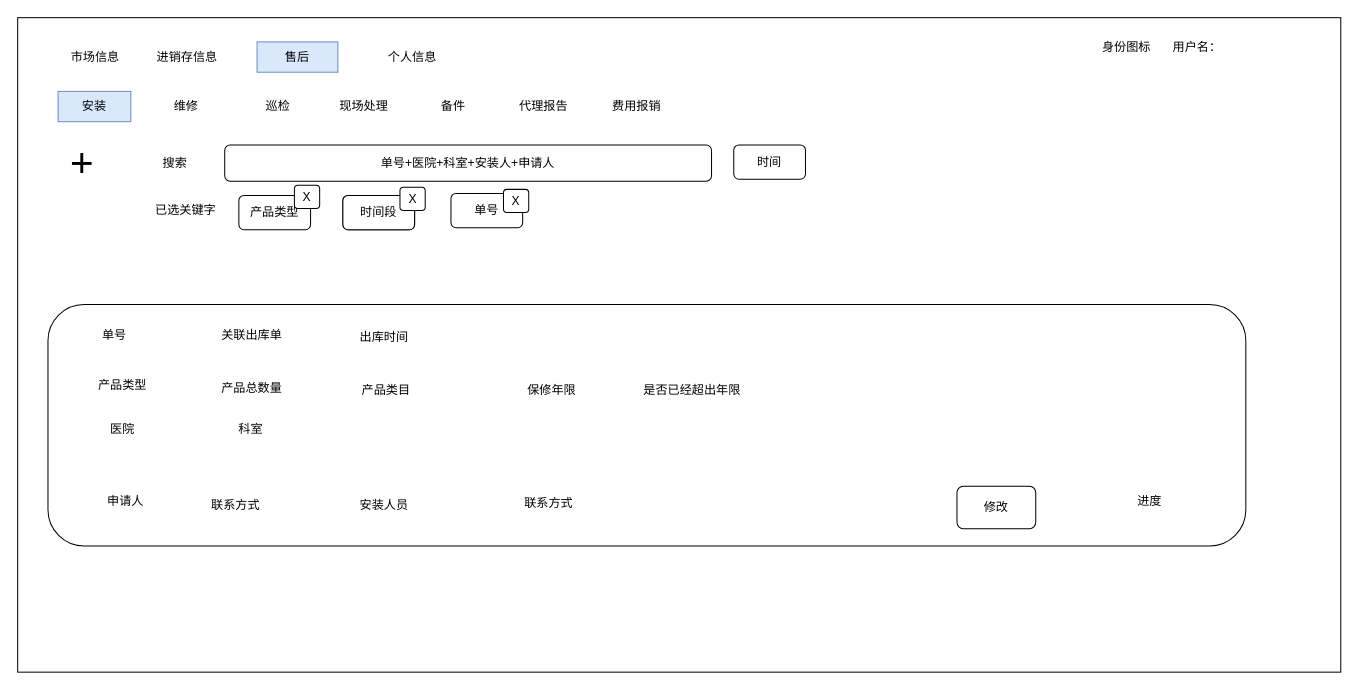
Earlier version of the draw.io diagram page "安装" (1 of 8) of 泰加售后.drawio (cangwang/news). Source tidied: cells renumbered, new cells numbered last; positions are measured from the earlier drawing's top-left corner, leaving out a move shared by most shapes. Both pictures are drawn from the tidied source at 101%, with x=0, y=0 at pixel (17, 17).
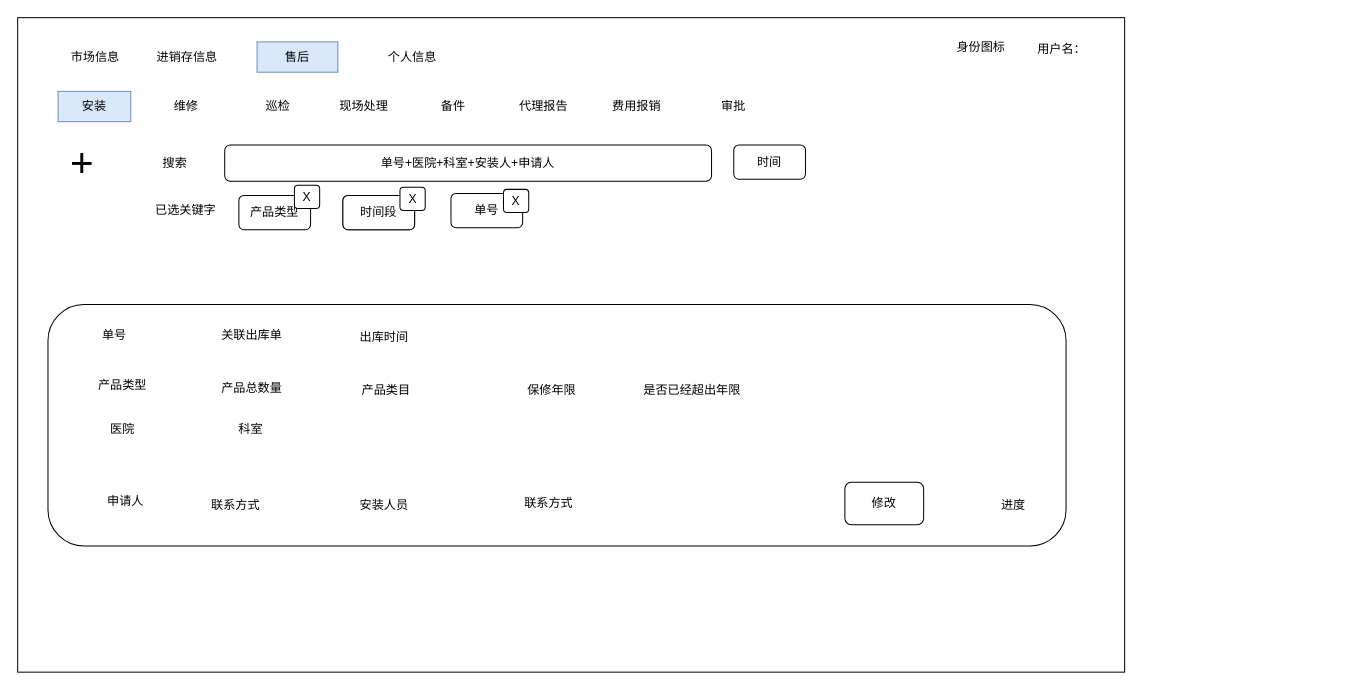
Above is the later version.

Change to the diagram source:
```diff
@@
     <mxCell id="2" style="rounded=0;whiteSpace=wrap;html=1;" parent="1" vertex="1">
-      <mxGeometry width="1310" height="648" as="geometry" />
+      <mxGeometry width="1096" height="648" as="geometry" />
     </mxCell>
@@
     <mxCell id="10" value="用户名：" style="text;html=1;strokeColor=none;fillColor=none;align=center;verticalAlign=middle;whiteSpace=wrap;rounded=0;fontSize=12;" parent="1" vertex="1">
-      <mxGeometry x="1138" y="14" width="60" height="30" as="geometry" />
+      <mxGeometry x="1004" y="16" width="60" height="30" as="geometry" />
     </mxCell>
     <mxCell id="11" value="身份图标" style="text;html=1;strokeColor=none;fillColor=none;align=center;verticalAlign=middle;whiteSpace=wrap;rounded=0;fontSize=12;" parent="1" vertex="1">
-      <mxGeometry x="1068" y="14" width="60" height="30" as="geometry" />
+      <mxGeometry x="924" y="14" width="60" height="30" as="geometry" />
     </mxCell>
@@
     <mxCell id="17" style="rounded=1;whiteSpace=wrap;html=1;fontSize=12;" parent="1" vertex="1">
-      <mxGeometry x="30" y="284" width="1186" height="239" as="geometry" />
+      <mxGeometry x="30" y="284" width="1008" height="239" as="geometry" />
     </mxCell>
@@
     <mxCell id="39" value="进度" style="text;html=1;strokeColor=none;fillColor=none;align=center;verticalAlign=middle;whiteSpace=wrap;rounded=0;fontSize=12;" parent="1" vertex="1">
-      <mxGeometry x="1091" y="464" width="60" height="30" as="geometry" />
+      <mxGeometry x="956" y="468" width="60" height="30" as="geometry" />
     </mxCell>
@@
     <mxCell id="41" value="修改" style="rounded=1;whiteSpace=wrap;html=1;" parent="1" vertex="1">
-      <mxGeometry x="930" y="464" width="78" height="42" as="geometry" />
+      <mxGeometry x="819" y="460" width="78" height="42" as="geometry" />
     </mxCell>
@@
+    <mxCell id="45" value="审批" style="text;html=1;align=center;verticalAlign=middle;whiteSpace=wrap;rounded=0;" parent="1" vertex="1">
+      <mxGeometry x="669" y="73" width="80" height="30" as="geometry" />
+    </mxCell>
```
